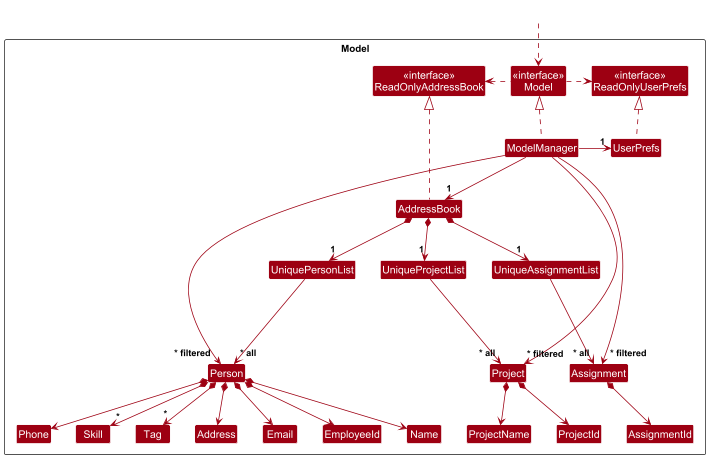
Before: docs/images/ModelClassDiagram.png, a diagram exported from PlantUML (nus-cs2103-AY2425S1/tp).
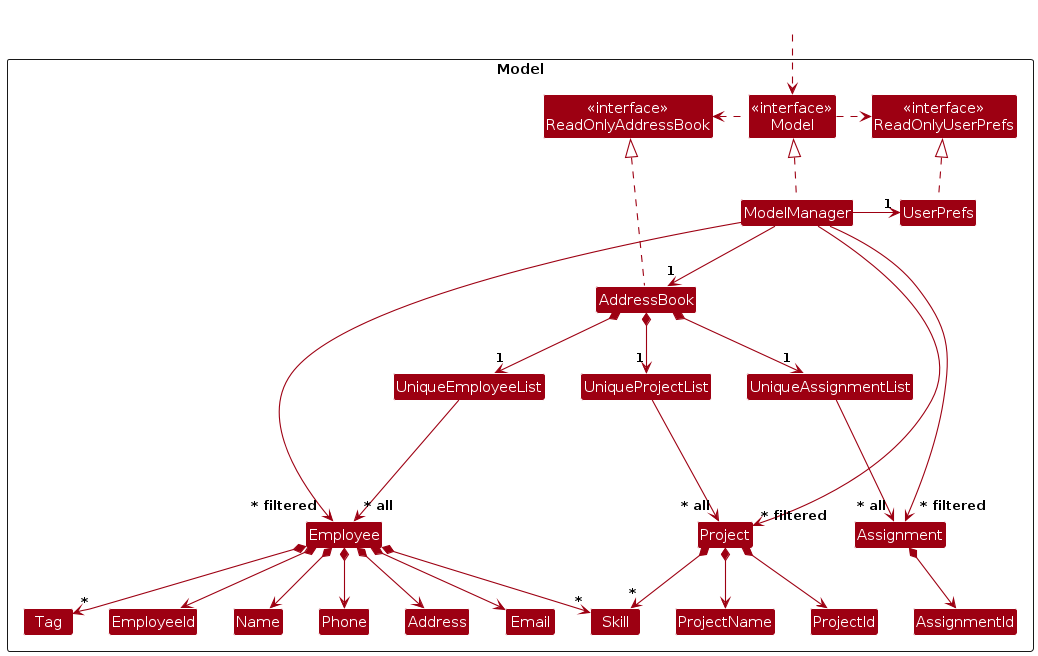
Above is the later version.

Diff of the diagram source:
```diff
@@ -12,8 +12,8 @@
 Class ModelManager
 Class UserPrefs
 
-Class UniquePersonList
-Class Person
+Class UniqueEmployeeList
+Class Employee
 Class Address
 Class Email
 Class EmployeeId
@@ -45,40 +45,41 @@
 ModelManager -down-> "1" AddressBook
 ModelManager -right-> "1" UserPrefs
 
-AddressBook *-down-> "1" UniquePersonList
+AddressBook *-down-> "1" UniqueEmployeeList
 AddressBook *-down-> "1" UniqueProjectList
 AddressBook *-down-> "1" UniqueAssignmentList
 
-UniquePersonList --> "~* all" Person
-Person *--> EmployeeId
-Person *--> Name
-Person *--> Phone
-Person *--> Email
-Person *--> Address
-Person *--> "*" Tag
-Person *--> "*" Skill
+UniqueEmployeeList --> "~* all" Employee
+Employee *--> EmployeeId
+Employee *--> Name
+Employee *--> Phone
+Employee *--> Email
+Employee *--> Address
+Employee *--> "*" Tag
+Employee *--> "*" Skill
 
 UniqueProjectList --> "~* all" Project
 Project *--> ProjectName
 Project *--> ProjectId
+Project *--> "*" Skill
 
 UniqueAssignmentList --> "~* all" Assignment
 Assignment *--> AssignmentId
 
-Person -[hidden]up--> I
-UniquePersonList -[hidden]right-> I
+Employee -[hidden]up--> I
+UniqueEmployeeList -[hidden]right-> I
 
 EmployeeId -[hidden]right-> Name
 Name -[hidden]right-> Phone
 Phone -[hidden]right-> Address
 Address -[hidden]right-> Email
 
-UniquePersonList -[hidden]right-> UniqueProjectList
+UniqueEmployeeList -[hidden]right-> UniqueProjectList
 UniqueProjectList -[hidden]right-> UniqueAssignmentList
-Person -[hidden]right-> Project
+Employee -[hidden]right-> Project
 Project -[hidden]right-> Assignment
 
-ModelManager -down-> "~* filtered" Person
+ModelManager -down-> "~* filtered" Employee
 ModelManager -down-> "~* filtered" Project
 ModelManager -down-> "~* filtered" Assignment
 @enduml
```
